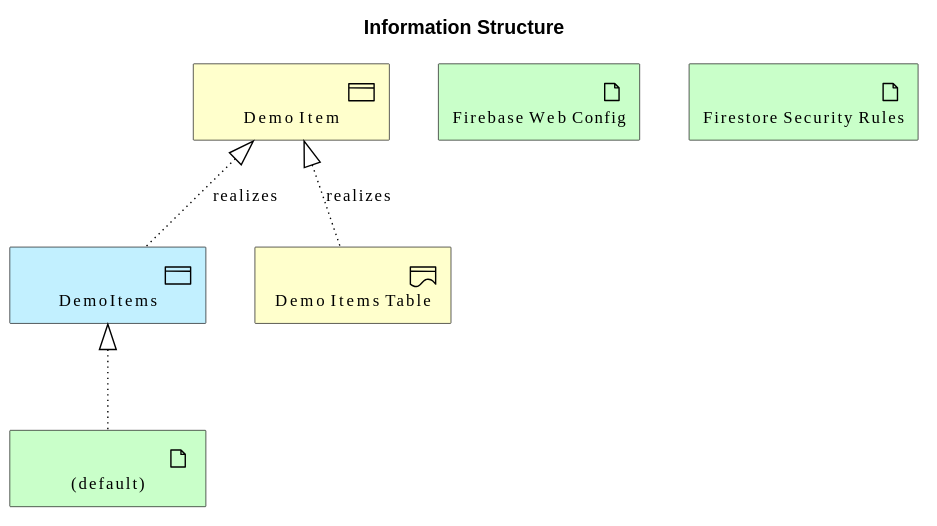
This is diagrams/business/information-structure.svg from wolffy-au/frictionless-sample-gcp, a PlantUML export, as it was before one commit. Its diagram source:
```plantuml
@startuml
!include <archimate/Archimate>

scale max 3800 width
title Information Structure

Technology_Artifact(e_idb070feee4bdb5e, "(default)")
Technology_Artifact(e_id114715e81c7e5c, "Firebase Web Config")
Technology_Artifact(e_idb243cba23e0356, "Firestore Security Rules")
Application_DataObject(e_id032efff5924e5e, "DemoItems")
Business_Object(e_id32456a57134d5f, "Demo Item")
Business_Representation(e_idbd4055139c8656, "Demo Items Table")

Rel_Realization_Up(e_idb070feee4bdb5e, e_id032efff5924e5e, "")
Rel_Realization_Up(e_id032efff5924e5e, e_id32456a57134d5f, "realizes")
Rel_Realization_Up(e_idbd4055139c8656, e_id32456a57134d5f, "realizes")
@enduml
```
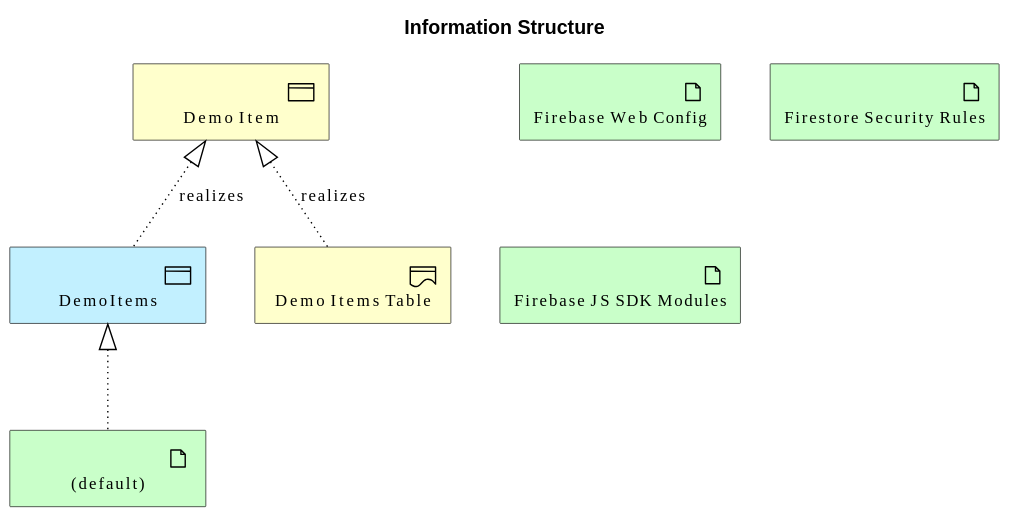
After the change.

Commit message:
feat(architecture): model Google CDN serving the Firebase JS SDK modules

The edit, as a diff of the source:
```diff
@@ -7,6 +7,7 @@
 Technology_Artifact(e_idb070feee4bdb5e, "(default)")
 Technology_Artifact(e_id114715e81c7e5c, "Firebase Web Config")
 Technology_Artifact(e_idb243cba23e0356, "Firestore Security Rules")
+Technology_Artifact(e_ide4daf349c96354, "Firebase JS SDK Modules")
 Application_DataObject(e_id032efff5924e5e, "DemoItems")
 Business_Object(e_id32456a57134d5f, "Demo Item")
 Business_Representation(e_idbd4055139c8656, "Demo Items Table")
```
